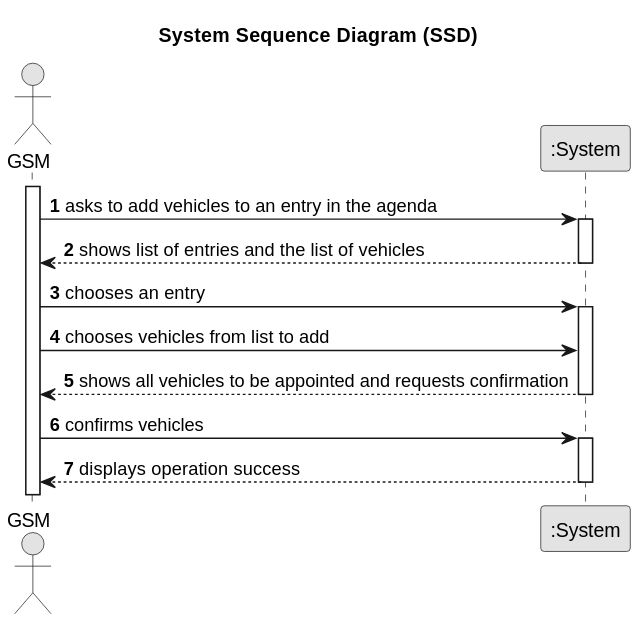
Earlier version of the PlantUML export docs/sprintC/us026/01.requirements-engineering/svg/us026-system-sequence-diagram-System Sequence Diagram (SSD).svg (Departamento-de-Engenharia-Informatica/lei-24-s2-1do-g164).
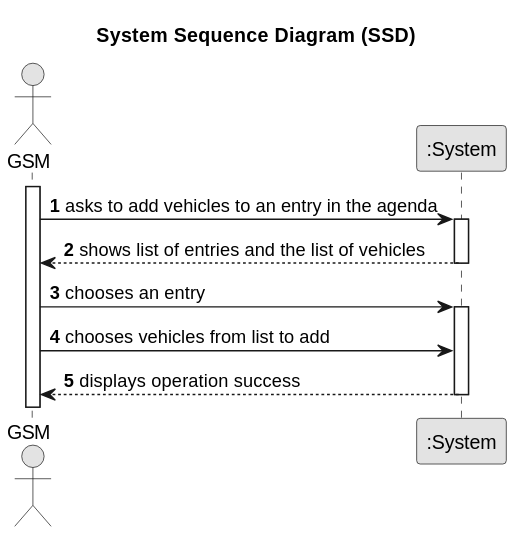
After the change.

Change to the diagram source:
```diff
@@ -21,16 +21,7 @@
      Employee -> System : chooses an entry
         activate System
 
-
-
          Employee -> System : chooses vehicles from list to add
-
-
-                System --> Employee : shows all vehicles to be appointed and requests confirmation
-            deactivate System
-
-             Employee -> System : confirms vehicles
-                activate System
 
             System --> Employee : displays operation success
                 deactivate System
```
